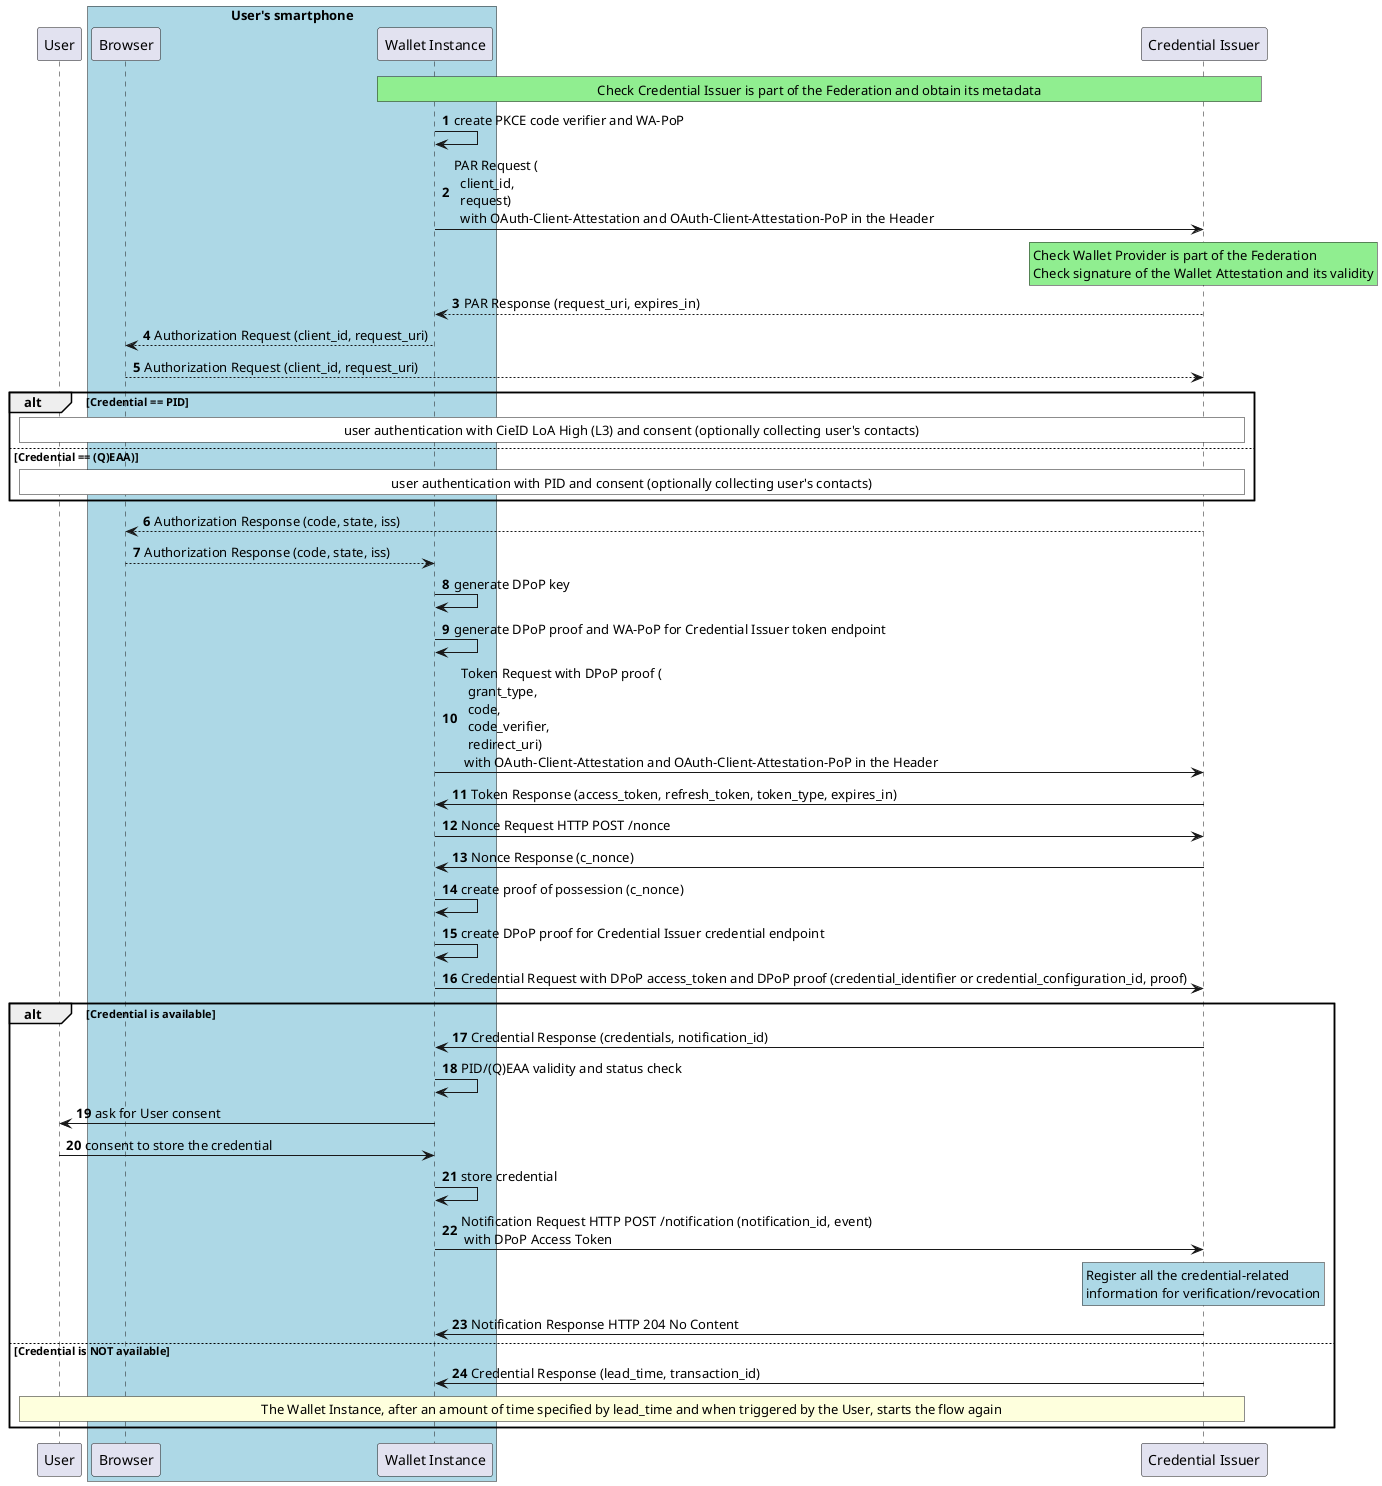
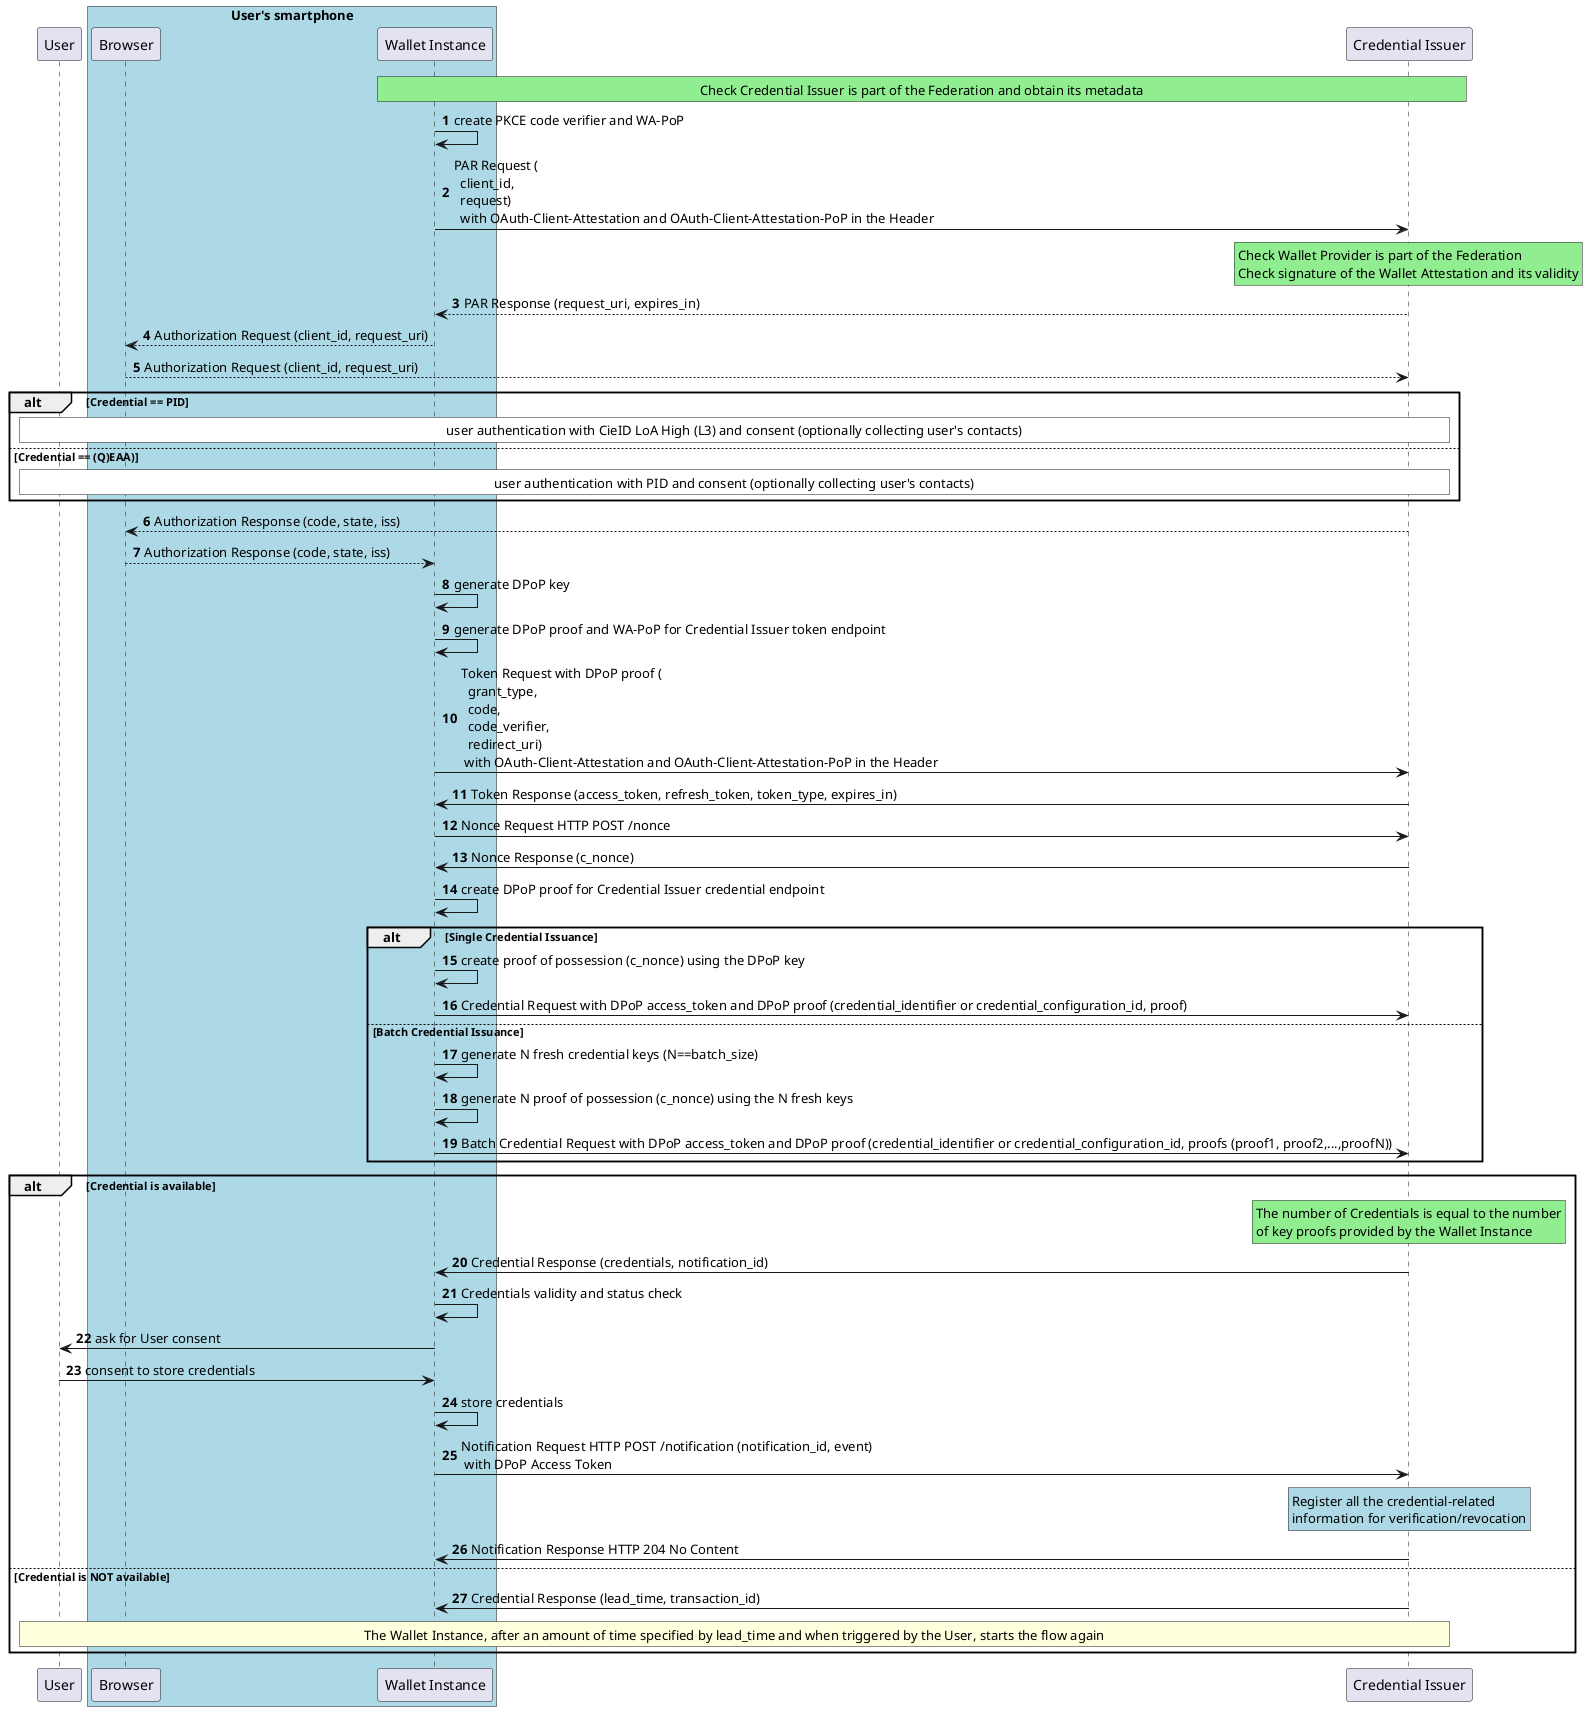
@startuml Credential Issuance Low-Level Flow
autonumber

participant "User" as u

box "User's smartphone" #LightBlue
participant "Browser" as ua
participant "Wallet Instance" as w
end box

participant "Credential Issuer" as i

+ 
+ 
rnote over w,i #LIGHTGREEN
Check Credential Issuer is part of the Federation and obtain its metadata
endrnote
+ 

w -> w : create PKCE code verifier and WA-PoP

w -> i : PAR Request (\n  client_id,\n  request) \n  with OAuth-Client-Attestation and OAuth-Client-Attestation-PoP in the Header
rnote over i #LIGHTGREEN
Check Wallet Provider is part of the Federation
Check signature of the Wallet Attestation and its validity
endrnote


i --> w : PAR Response (request_uri, expires_in)


w --> ua: Authorization Request (client_id, request_uri)
ua --> i: Authorization Request (client_id, request_uri)

alt Credential == PID
rnote over i,u #WHITE
user authentication with CieID LoA High (L3) and consent (optionally collecting user's contacts)
endrnote
else Credential == (Q)EAA)
rnote over i,u #WHITE
user authentication with PID and consent (optionally collecting user's contacts)
endrnote
end

i --> ua : Authorization Response (code, state, iss)
ua --> w : Authorization Response (code, state, iss)

w -> w : generate DPoP key

w -> w : generate DPoP proof and WA-PoP for Credential Issuer token endpoint


w -> i : Token Request with DPoP proof (\n  grant_type,\n  code,\n  code_verifier,\n  redirect_uri) \n with OAuth-Client-Attestation and OAuth-Client-Attestation-PoP in the Header

i -> w : Token Response (access_token, refresh_token, token_type, expires_in)

w -> i : Nonce Request HTTP POST /nonce

i -> w : Nonce Response (c_nonce)
- 
- w -> w : create proof of possession (c_nonce)
- 
w  -> w : create DPoP proof for Credential Issuer credential endpoint

- w -> i : Credential Request with DPoP access_token and DPoP proof (credential_identifier or credential_configuration_id, proof)
+ alt Single Credential Issuance
+ 
+   w -> w : create proof of possession (c_nonce) using the DPoP key
+   w -> i : Credential Request with DPoP access_token and DPoP proof (credential_identifier or credential_configuration_id, proof)
+ 
+ else Batch Credential Issuance
+ 
+   w -> w : generate N fresh credential keys (N==batch_size)
+   w -> w : generate N proof of possession (c_nonce) using the N fresh keys
+   w -> i : Batch Credential Request with DPoP access_token and DPoP proof (credential_identifier or credential_configuration_id, proofs (proof1, proof2,...,proofN))
+ 
+ end

alt Credential is available

+ rnote over i #LIGHTGREEN
+ The number of Credentials is equal to the number
+ of key proofs provided by the Wallet Instance
+ endrnote

i -> w : Credential Response (credentials, notification_id)

- w -> w : PID/(Q)EAA validity and status check
+ w -> w : Credentials validity and status check

w -> u : ask for User consent
- u -> w : consent to store the credential
+ u -> w : consent to store credentials

- w -> w : store credential
+ w -> w : store credentials

w -> i : Notification Request HTTP POST /notification (notification_id, event) \n with DPoP Access Token

rnote over i #LIGHTBLUE
Register all the credential-related
information for verification/revocation
endrnote

i -> w : Notification Response HTTP 204 No Content

else Credential is NOT available
i -> w : Credential Response (lead_time, transaction_id)
rnote over u,i
The Wallet Instance, after an amount of time specified by lead_time and when triggered by the User, starts the flow again
endrnote
end
@enduml